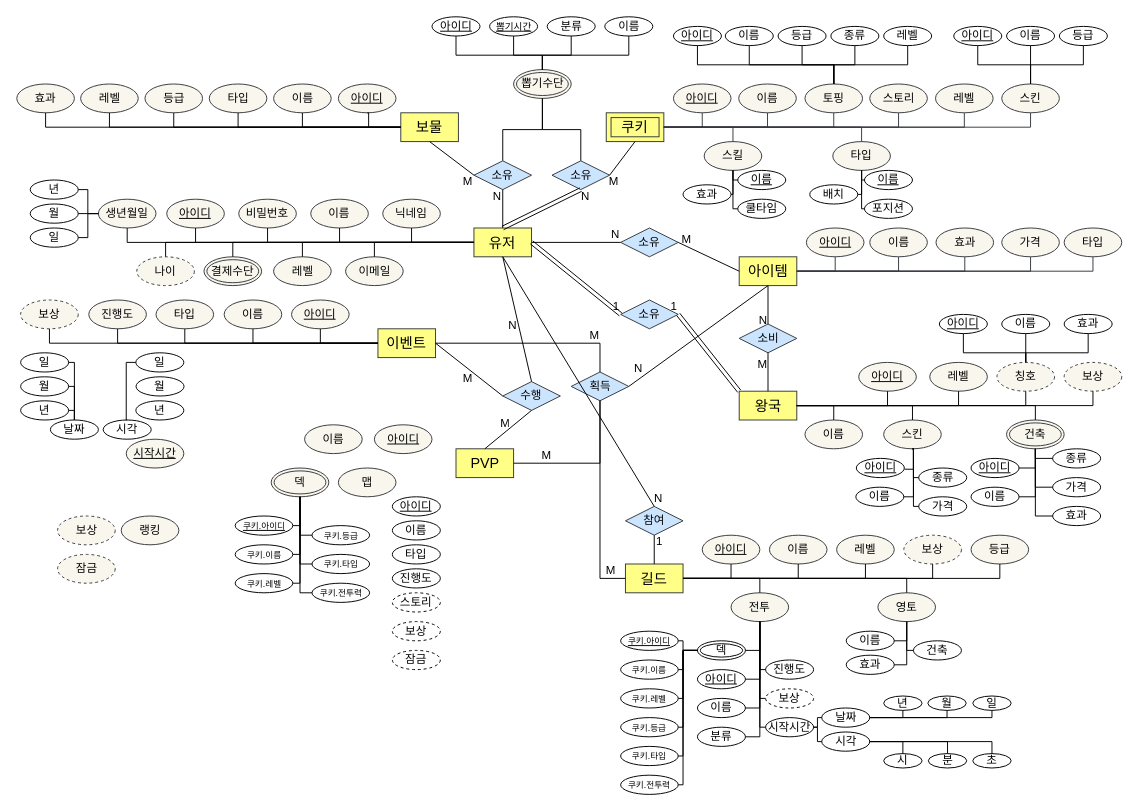
Before: page "페이지-2" (2 of 3) of 제목 없는 다이어그램.drawio in breeze234/web1, a draw.io diagram. Source tidied: cells renumbered, new cells numbered last; positions are measured from the earlier drawing's top-left corner, leaving out a move shared by most shapes. Both pictures are drawn from the tidied source at 96%, with x=0, y=0 at pixel (16, 16).
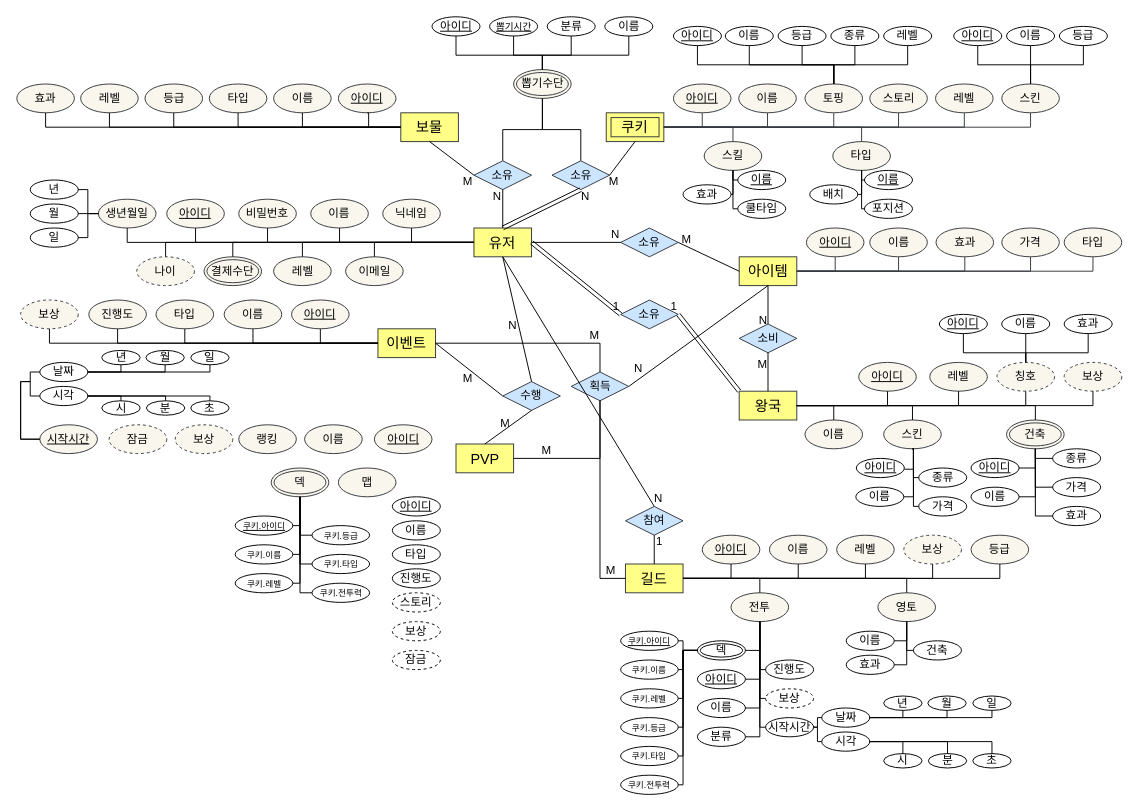
Above is the later version.

Commit message (it also covers changes not shown here):
제목 없는 다이어그램.drawio 업데이트

What changed in the source:
```diff
@@
     <mxCell id="78" value="&lt;font style=&quot;font-size: 15px;&quot;&gt;PVP&lt;/font&gt;" style="whiteSpace=wrap;html=1;align=center;fillColor=#ffff88;strokeColor=#36393d;" parent="1" vertex="1">
-      <mxGeometry x="457.5" y="450" width="60" height="30" as="geometry" />
+      <mxGeometry x="457.5" y="445" width="60" height="30" as="geometry" />
     </mxCell>
@@
     <mxCell id="124" value="보상" style="ellipse;whiteSpace=wrap;html=1;dashed=1;fillColor=#f9f7ed;strokeColor=#36393d;" parent="1" vertex="1">
-      <mxGeometry x="42.5" y="520" width="60" height="30" as="geometry" />
+      <mxGeometry x="165" y="425" width="60" height="30" as="geometry" />
     </mxCell>
     <mxCell id="125" value="&lt;u&gt;시작시간&lt;/u&gt;" style="ellipse;whiteSpace=wrap;html=1;fillColor=#f9f7ed;strokeColor=#36393d;" parent="1" vertex="1">
-      <mxGeometry x="114" y="440" width="60" height="30" as="geometry" />
+      <mxGeometry x="24" y="425" width="60" height="30" as="geometry" />
     </mxCell>
-    <mxCell id="126" value="날짜" style="ellipse;whiteSpace=wrap;html=1;" parent="1" vertex="1">
-      <mxGeometry x="35" y="420" width="50" height="20" as="geometry" />
-    </mxCell>
-    <mxCell id="127" value="시각" style="ellipse;whiteSpace=wrap;html=1;" parent="1" vertex="1">
-      <mxGeometry x="90" y="420" width="50" height="20" as="geometry" />
-    </mxCell>
@@
-    <mxCell id="250" value="월" style="ellipse;whiteSpace=wrap;html=1;" parent="1" vertex="1">
-      <mxGeometry x="4" y="375" width="50" height="20" as="geometry" />
-    </mxCell>
-    <mxCell id="251" value="년" style="ellipse;whiteSpace=wrap;html=1;" parent="1" vertex="1">
-      <mxGeometry x="4" y="400" width="50" height="20" as="geometry" />
-    </mxCell>
-    <mxCell id="252" value="일" style="ellipse;whiteSpace=wrap;html=1;" parent="1" vertex="1">
-      <mxGeometry x="4" y="350" width="50" height="20" as="geometry" />
-    </mxCell>
     <mxCell id="253" value="랭킹" style="ellipse;whiteSpace=wrap;html=1;fillColor=#f9f7ed;strokeColor=#36393d;" parent="1" vertex="1">
-      <mxGeometry x="108.8" y="520" width="60" height="30" as="geometry" />
+      <mxGeometry x="231.2" y="425" width="60" height="30" as="geometry" />
     </mxCell>
     <mxCell id="254" value="잠금" style="ellipse;whiteSpace=wrap;html=1;dashed=1;fillColor=#f9f7ed;strokeColor=#36393d;" parent="1" vertex="1">
-      <mxGeometry x="42.5" y="560" width="60" height="30" as="geometry" />
+      <mxGeometry x="96.2" y="425" width="60" height="30" as="geometry" />
     </mxCell>
@@
-    <mxCell id="262" value="월" style="ellipse;whiteSpace=wrap;html=1;" parent="1" vertex="1">
-      <mxGeometry x="124.2" y="375" width="50" height="20" as="geometry" />
-    </mxCell>
-    <mxCell id="263" value="년" style="ellipse;whiteSpace=wrap;html=1;" parent="1" vertex="1">
-      <mxGeometry x="124" y="400" width="50" height="20" as="geometry" />
-    </mxCell>
-    <mxCell id="264" value="일" style="ellipse;whiteSpace=wrap;html=1;" parent="1" vertex="1">
-      <mxGeometry x="124" y="350" width="50" height="20" as="geometry" />
-    </mxCell>
-    <mxCell id="265" style="endArrow=none;html=1;rounded=0;exitX=1;exitY=0.5;exitDx=0;exitDy=0;entryX=0.5;entryY=0;entryDx=0;entryDy=0;edgeStyle=orthogonalEdgeStyle;" parent="1" edge="1" source="252" target="126">
-      <mxGeometry relative="1" as="geometry">
-        <Array as="points">
-          <mxPoint x="60" y="360" />
-        </Array>
-      </mxGeometry>
-    </mxCell>
-    <mxCell id="266" style="endArrow=none;html=1;rounded=0;exitX=1;exitY=0.5;exitDx=0;exitDy=0;entryX=0.5;entryY=0;entryDx=0;entryDy=0;edgeStyle=orthogonalEdgeStyle;" parent="1" edge="1" source="250" target="126">
-      <mxGeometry relative="1" as="geometry">
-        <Array as="points">
-          <mxPoint x="60" y="385" />
-        </Array>
-      </mxGeometry>
-    </mxCell>
-    <mxCell id="267" style="endArrow=none;html=1;rounded=0;exitX=1;exitY=0.5;exitDx=0;exitDy=0;entryX=0.5;entryY=0;entryDx=0;entryDy=0;edgeStyle=orthogonalEdgeStyle;" parent="1" edge="1" source="251" target="126">
-      <mxGeometry relative="1" as="geometry" />
-    </mxCell>
-    <mxCell id="268" style="endArrow=none;html=1;rounded=0;entryX=0;entryY=0.5;entryDx=0;entryDy=0;exitX=0.5;exitY=0;exitDx=0;exitDy=0;edgeStyle=orthogonalEdgeStyle;" parent="1" edge="1" source="127" target="264">
-      <mxGeometry relative="1" as="geometry">
-        <Array as="points">
-          <mxPoint x="114" y="420" />
-          <mxPoint x="114" y="360" />
-        </Array>
-      </mxGeometry>
-    </mxCell>
@@
+    <mxCell id="306" value="월" style="ellipse;whiteSpace=wrap;html=1;" parent="1" vertex="1">
+      <mxGeometry x="134.5" y="347.5" width="40" height="15" as="geometry" />
+    </mxCell>
+    <mxCell id="307" value="년" style="ellipse;whiteSpace=wrap;html=1;" parent="1" vertex="1">
+      <mxGeometry x="88.5" y="347.5" width="40" height="15" as="geometry" />
+    </mxCell>
+    <mxCell id="308" value="일" style="ellipse;whiteSpace=wrap;html=1;" parent="1" vertex="1">
+      <mxGeometry x="181.2" y="347.5" width="40" height="15" as="geometry" />
+    </mxCell>
+    <mxCell id="126" value="날짜" style="ellipse;whiteSpace=wrap;html=1;" parent="1" vertex="1">
+      <mxGeometry x="24" y="360" width="50" height="20" as="geometry" />
+    </mxCell>
+    <mxCell id="127" value="시각" style="ellipse;whiteSpace=wrap;html=1;" parent="1" vertex="1">
+      <mxGeometry x="24" y="385" width="50" height="20" as="geometry" />
+    </mxCell>
+    <mxCell id="309" value="분" style="ellipse;whiteSpace=wrap;html=1;" parent="1" vertex="1">
+      <mxGeometry x="135" y="400" width="40" height="15" as="geometry" />
+    </mxCell>
+    <mxCell id="310" value="시" style="ellipse;whiteSpace=wrap;html=1;" parent="1" vertex="1">
+      <mxGeometry x="88.5" y="400" width="40" height="15" as="geometry" />
+    </mxCell>
+    <mxCell id="311" value="초" style="ellipse;whiteSpace=wrap;html=1;" parent="1" vertex="1">
+      <mxGeometry x="181.2" y="400" width="40" height="15" as="geometry" />
+    </mxCell>
+    <mxCell id="312" style="endArrow=none;html=1;rounded=0;edgeStyle=orthogonalEdgeStyle;exitX=1;exitY=0.5;exitDx=0;exitDy=0;entryX=0.5;entryY=1;entryDx=0;entryDy=0;" parent="1" edge="1" source="126" target="307">
+      <mxGeometry relative="1" as="geometry">
+        <Array as="points">
+          <mxPoint x="108.5" y="370" />
+        </Array>
+      </mxGeometry>
+    </mxCell>
+    <mxCell id="313" style="endArrow=none;html=1;rounded=0;edgeStyle=orthogonalEdgeStyle;exitX=1;exitY=0.5;exitDx=0;exitDy=0;entryX=0.5;entryY=1;entryDx=0;entryDy=0;" parent="1" edge="1" source="126" target="306">
+      <mxGeometry relative="1" as="geometry">
+        <Array as="points">
+          <mxPoint x="154.5" y="370" />
+        </Array>
+      </mxGeometry>
+    </mxCell>
+    <mxCell id="314" style="endArrow=none;html=1;rounded=0;edgeStyle=orthogonalEdgeStyle;exitX=1;exitY=0.5;exitDx=0;exitDy=0;entryX=0.5;entryY=1;entryDx=0;entryDy=0;" parent="1" edge="1" source="126" target="308">
+      <mxGeometry relative="1" as="geometry">
+        <Array as="points">
+          <mxPoint x="201.5" y="370" />
+        </Array>
+      </mxGeometry>
+    </mxCell>
+    <mxCell id="315" style="endArrow=none;html=1;rounded=0;edgeStyle=orthogonalEdgeStyle;exitX=1;exitY=0.5;exitDx=0;exitDy=0;entryX=0.5;entryY=0;entryDx=0;entryDy=0;" parent="1" edge="1" source="127" target="311">
+      <mxGeometry relative="1" as="geometry">
+        <Array as="points">
+          <mxPoint x="201.2" y="395" />
+        </Array>
+      </mxGeometry>
+    </mxCell>
+    <mxCell id="316" style="endArrow=none;html=1;rounded=0;edgeStyle=orthogonalEdgeStyle;exitX=1;exitY=0.5;exitDx=0;exitDy=0;entryX=0.5;entryY=0;entryDx=0;entryDy=0;" parent="1" edge="1" source="127" target="310">
+      <mxGeometry relative="1" as="geometry">
+        <Array as="points">
+          <mxPoint x="108.5" y="395" />
+        </Array>
+      </mxGeometry>
+    </mxCell>
+    <mxCell id="317" style="endArrow=none;html=1;rounded=0;edgeStyle=orthogonalEdgeStyle;exitX=1;exitY=0.5;exitDx=0;exitDy=0;entryX=0.5;entryY=0;entryDx=0;entryDy=0;" parent="1" edge="1" source="127" target="309">
+      <mxGeometry relative="1" as="geometry">
+        <Array as="points">
+          <mxPoint x="155.5" y="395" />
+        </Array>
+      </mxGeometry>
+    </mxCell>
+    <mxCell id="318" style="endArrow=none;html=1;rounded=0;edgeStyle=orthogonalEdgeStyle;exitX=0;exitY=0.5;exitDx=0;exitDy=0;entryX=0;entryY=0.5;entryDx=0;entryDy=0;" parent="1" edge="1" source="125" target="126">
+      <mxGeometry relative="1" as="geometry">
+        <Array as="points">
+          <mxPoint x="4" y="440" />
+          <mxPoint x="4" y="380" />
+          <mxPoint x="14" y="380" />
+          <mxPoint x="14" y="370" />
+        </Array>
+      </mxGeometry>
+    </mxCell>
+    <mxCell id="319" style="endArrow=none;html=1;rounded=0;edgeStyle=orthogonalEdgeStyle;exitX=0;exitY=0.5;exitDx=0;exitDy=0;entryX=0;entryY=0.5;entryDx=0;entryDy=0;" parent="1" edge="1" source="125" target="127">
+      <mxGeometry relative="1" as="geometry">
+        <Array as="points">
+          <mxPoint x="4" y="440" />
+          <mxPoint x="4" y="380" />
+          <mxPoint x="14" y="380" />
+          <mxPoint x="14" y="395" />
+        </Array>
+      </mxGeometry>
+    </mxCell>
```
